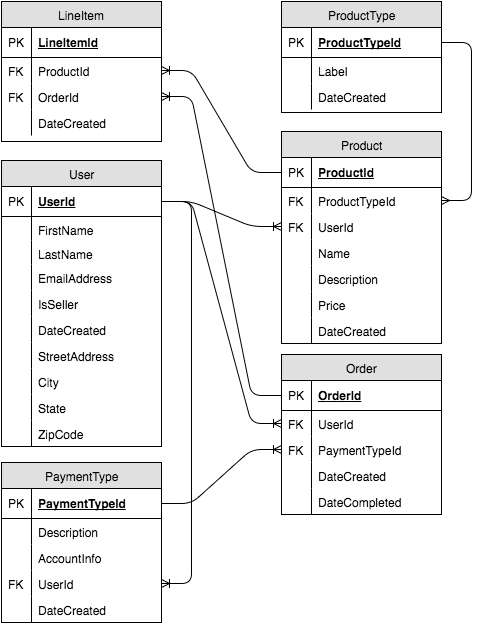
Earlier version of the draw.io export ERD.png (TeamCharles/initial-api). Source tidied: cells renumbered, new cells last; positions are measured from the earlier drawing's top-left corner, leaving out a move shared by most shapes.
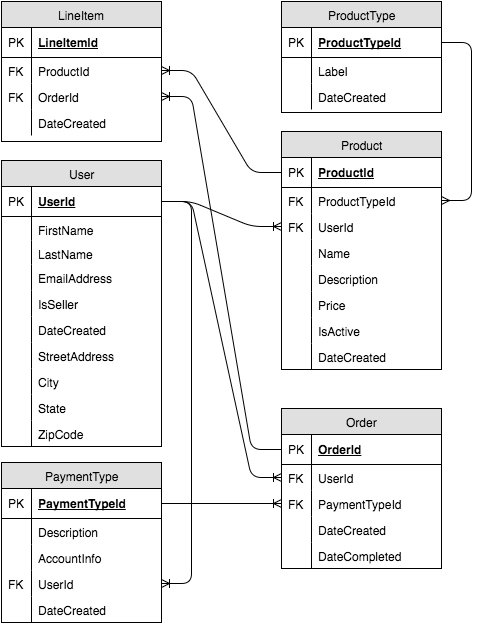
The same diagram one commit later.

The edit, as a diff of the source:
```diff
@@ -3,7 +3,7 @@
     <mxCell id="0" />
     <mxCell id="1" parent="0" />
     <mxCell id="2" value="Product" style="swimlane;html=1;fontStyle=0;horizontal=1;startSize=26;fillColor=#e0e0e0;swimlaneFillColor=#ffffff;align=center;" parent="1" vertex="1">
-      <mxGeometry x="280" y="130" width="160" height="212" as="geometry" />
+      <mxGeometry x="280" y="130" width="160" height="238" as="geometry" />
     </mxCell>
     <mxCell id="3" value="ProductId" style="shape=partialRectangle;top=0;left=0;right=0;bottom=1;html=1;align=left;verticalAlign=middle;fillColor=none;spacingLeft=34;spacingRight=4;whiteSpace=wrap;overflow=hidden;points=[[0,0.5],[1,0.5]];portConstraint=eastwest;fontStyle=5;" parent="2" vertex="1">
       <mxGeometry y="26" width="160" height="30" as="geometry" />
@@ -41,8 +41,14 @@
     <mxCell id="14" style="shape=partialRectangle;top=0;left=0;bottom=0;html=1;fillColor=none;align=left;verticalAlign=top;spacingLeft=4;spacingRight=4;whiteSpace=wrap;overflow=hidden;" parent="13" vertex="1">
       <mxGeometry width="30" height="26" as="geometry" />
     </mxCell>
+    <mxCell id="83" value="IsActive" style="shape=partialRectangle;top=0;left=0;right=0;bottom=0;html=1;align=left;verticalAlign=top;fillColor=none;spacingLeft=34;spacingRight=4;whiteSpace=wrap;overflow=hidden;" parent="2" vertex="1">
+      <mxGeometry y="186" width="160" height="26" as="geometry" />
+    </mxCell>
+    <mxCell id="84" style="shape=partialRectangle;top=0;left=0;bottom=0;html=1;fillColor=none;align=left;verticalAlign=top;spacingLeft=4;spacingRight=4;whiteSpace=wrap;overflow=hidden;" parent="83" vertex="1">
+      <mxGeometry width="30" height="26" as="geometry" />
+    </mxCell>
     <mxCell id="15" value="DateCreated" style="shape=partialRectangle;top=0;left=0;right=0;bottom=0;html=1;align=left;verticalAlign=top;fillColor=none;spacingLeft=34;spacingRight=4;whiteSpace=wrap;overflow=hidden;" parent="2" vertex="1">
-      <mxGeometry y="186" width="160" height="26" as="geometry" />
+      <mxGeometry y="212" width="160" height="26" as="geometry" />
     </mxCell>
     <mxCell id="16" style="shape=partialRectangle;top=0;left=0;bottom=0;html=1;fillColor=none;align=left;verticalAlign=top;spacingLeft=4;spacingRight=4;whiteSpace=wrap;overflow=hidden;" parent="15" vertex="1">
       <mxGeometry width="30" height="26" as="geometry" />
@@ -111,7 +117,7 @@
       <mxGeometry width="30" height="26" as="geometry" />
     </mxCell>
     <mxCell id="38" value="Order" style="swimlane;html=1;fontStyle=0;horizontal=1;startSize=26;fillColor=#e0e0e0;swimlaneFillColor=#ffffff;align=center;" parent="1" vertex="1">
-      <mxGeometry x="280" y="353" width="160" height="160" as="geometry" />
+      <mxGeometry x="280" y="407" width="160" height="160" as="geometry" />
     </mxCell>
     <mxCell id="39" value="OrderId" style="shape=partialRectangle;top=0;left=0;right=0;bottom=1;html=1;align=left;verticalAlign=middle;fillColor=none;spacingLeft=34;spacingRight=4;whiteSpace=wrap;overflow=hidden;points=[[0,0.5],[1,0.5]];portConstraint=eastwest;fontStyle=5;" parent="38" vertex="1">
       <mxGeometry y="26" width="160" height="30" as="geometry" />
```
